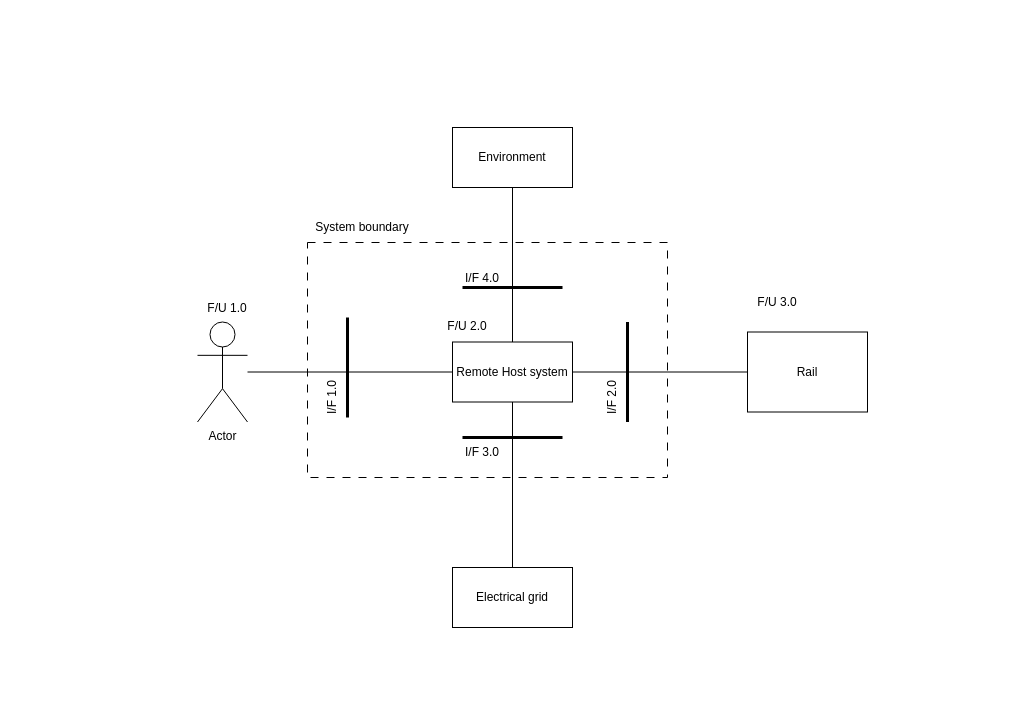
The draw.io diagram Sys_Architecture.drawio in 40496325/Design-2026, before the edit. Source tidied: cells renumbered, new cells numbered last; positions are measured from the earlier drawing's top-left corner, leaving out a move shared by most shapes. Both pictures are drawn from the tidied source at 100%, with x=0, y=0 at pixel (197, 127).
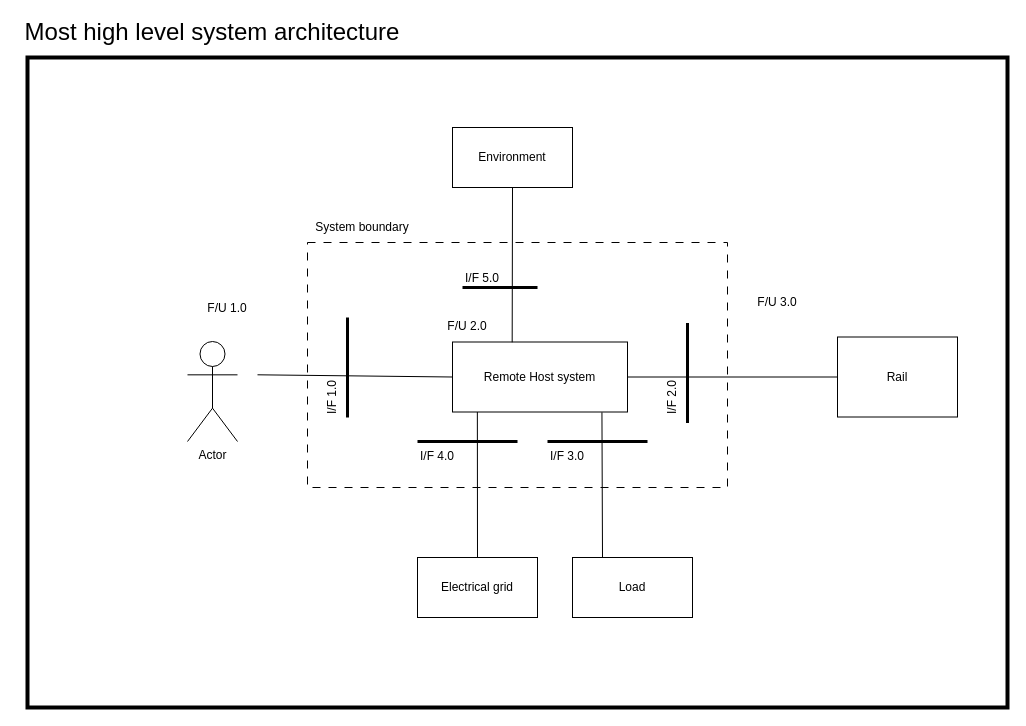
The same page after the edit.

Commit message (it also covers changes not shown here):
Update to System FFBD

Added high level system functional flow and added detail to 1 lower layer. Much more detail to be added to FFBD, so that architecture can be completed.

Unchanged cells that the change refers to:
```xml
<mxCell id="12" value="Environment" style="rounded=0;whiteSpace=wrap;html=1;" parent="1" vertex="1">
  <mxGeometry x="255" width="120" height="60" as="geometry" />
</mxCell>
```

The edit, as a diff of the source:
```diff
@@
+    <mxCell id="24" style="rounded=0;whiteSpace=wrap;html=1;fontFamily=Helvetica;fontSize=12;fontColor=default;labelBackgroundColor=default;fillColor=none;strokeWidth=4;" parent="1" vertex="1">
+      <mxGeometry x="-170" y="-70" width="980" height="650" as="geometry" />
+    </mxCell>
     <mxCell id="2" style="rounded=0;whiteSpace=wrap;html=1;dashed=1;dashPattern=8 8;" parent="1" vertex="1">
-      <mxGeometry x="110" y="115" width="360" height="235" as="geometry" />
+      <mxGeometry x="110" y="115" width="420" height="245" as="geometry" />
     </mxCell>
@@
     <mxCell id="4" value="Actor" style="shape=umlActor;verticalLabelPosition=bottom;verticalAlign=top;html=1;" parent="1" vertex="1">
-      <mxGeometry y="194.5" width="50" height="100" as="geometry" />
+      <mxGeometry x="-10" y="214" width="50" height="100" as="geometry" />
     </mxCell>
@@
     <mxCell id="6" value="Rail" style="rounded=0;whiteSpace=wrap;html=1;" parent="1" vertex="1">
-      <mxGeometry x="550" y="204.5" width="120" height="80" as="geometry" />
+      <mxGeometry x="640" y="209.5" width="120" height="80" as="geometry" />
     </mxCell>
@@
-    <mxCell id="10" style="edgeStyle=none;shape=connector;rounded=0;jettySize=auto;html=1;exitX=0.5;exitY=1;exitDx=0;exitDy=0;entryX=0.5;entryY=0;entryDx=0;entryDy=0;strokeColor=default;align=center;verticalAlign=middle;fontFamily=Helvetica;fontSize=12;fontColor=default;labelBackgroundColor=default;endArrow=none;endFill=0;" parent="1" edge="1" source="11" target="13">
+    <mxCell id="10" style="edgeStyle=none;shape=connector;rounded=0;jettySize=auto;html=1;exitX=0.142;exitY=0.911;exitDx=0;exitDy=0;entryX=0.5;entryY=0;entryDx=0;entryDy=0;strokeColor=default;align=center;verticalAlign=middle;fontFamily=Helvetica;fontSize=12;fontColor=default;labelBackgroundColor=default;endArrow=none;endFill=0;exitPerimeter=0;" parent="1" edge="1" source="11" target="13">
       <mxGeometry relative="1" as="geometry" />
     </mxCell>
     <mxCell id="11" value="Remote Host system" style="rounded=0;whiteSpace=wrap;html=1;" parent="1" vertex="1">
-      <mxGeometry x="255" y="214.5" width="120" height="60" as="geometry" />
+      <mxGeometry x="255" y="214.5" width="175" height="70" as="geometry" />
     </mxCell>
@@
     <mxCell id="13" value="Electrical grid" style="rounded=0;whiteSpace=wrap;html=1;" parent="1" vertex="1">
-      <mxGeometry x="255" y="440" width="120" height="60" as="geometry" />
+      <mxGeometry x="220" y="430" width="120" height="60" as="geometry" />
     </mxCell>
     <mxCell id="14" style="endArrow=none;html=1;rounded=0;fontFamily=Helvetica;fontSize=12;fontColor=default;exitX=0;exitY=0.5;exitDx=0;exitDy=0;" parent="1" edge="1" source="11">
       <mxGeometry relative="1" as="geometry">
-        <mxPoint x="50" y="244.5" as="targetPoint" />
+        <mxPoint x="60" y="247.3" as="targetPoint" />
       </mxGeometry>
     </mxCell>
-    <mxCell id="15" style="endArrow=none;html=1;rounded=0;fontFamily=Helvetica;fontSize=12;fontColor=default;entryX=0.5;entryY=1;entryDx=0;entryDy=0;exitX=0.5;exitY=0;exitDx=0;exitDy=0;" parent="1" edge="1" source="11" target="12">
+    <mxCell id="15" style="endArrow=none;html=1;rounded=0;fontFamily=Helvetica;fontSize=12;fontColor=default;entryX=0.5;entryY=1;entryDx=0;entryDy=0;exitX=0.341;exitY=0.004;exitDx=0;exitDy=0;exitPerimeter=0;" parent="1" edge="1" source="11" target="12">
       <mxGeometry relative="1" as="geometry" />
     </mxCell>
     <mxCell id="16" style="endArrow=none;html=1;rounded=0;strokeColor=default;align=center;verticalAlign=middle;fontFamily=Helvetica;fontSize=12;fontColor=default;labelBackgroundColor=default;strokeWidth=3;" parent="1" edge="1">
       <mxGeometry relative="1" as="geometry">
         <mxPoint x="265" y="160" as="sourcePoint" />
-        <mxPoint x="365" y="160" as="targetPoint" />
+        <mxPoint x="340" y="160" as="targetPoint" />
       </mxGeometry>
     </mxCell>
     <mxCell id="17" style="endArrow=none;html=1;rounded=0;strokeColor=default;align=center;verticalAlign=middle;fontFamily=Helvetica;fontSize=12;fontColor=default;labelBackgroundColor=default;strokeWidth=3;" parent="1" edge="1">
       <mxGeometry relative="1" as="geometry">
-        <mxPoint x="265" y="310" as="sourcePoint" />
-        <mxPoint x="365" y="310" as="targetPoint" />
+        <mxPoint x="220" y="314" as="sourcePoint" />
+        <mxPoint x="320" y="314" as="targetPoint" />
       </mxGeometry>
     </mxCell>
     <mxCell id="18" style="endArrow=none;html=1;rounded=0;strokeColor=default;align=center;verticalAlign=middle;fontFamily=Helvetica;fontSize=12;fontColor=default;labelBackgroundColor=default;strokeWidth=3;" parent="1" edge="1">
       <mxGeometry relative="1" as="geometry">
-        <mxPoint x="430" y="194.5" as="sourcePoint" />
-        <mxPoint x="430" y="294.5" as="targetPoint" />
+        <mxPoint x="490" y="195.5" as="sourcePoint" />
+        <mxPoint x="490" y="295.5" as="targetPoint" />
       </mxGeometry>
     </mxCell>
@@
-    <mxCell id="20" value="I/F 4.0" style="text;html=1;whiteSpace=wrap;strokeColor=none;fillColor=none;align=center;verticalAlign=middle;rounded=0;fontFamily=Helvetica;fontSize=12;fontColor=default;labelBackgroundColor=default;" parent="1" vertex="1">
+    <mxCell id="20" value="I/F 5.0" style="text;html=1;whiteSpace=wrap;strokeColor=none;fillColor=none;align=center;verticalAlign=middle;rounded=0;fontFamily=Helvetica;fontSize=12;fontColor=default;labelBackgroundColor=default;" parent="1" vertex="1">
       <mxGeometry x="255" y="136" width="60" height="30" as="geometry" />
     </mxCell>
-    <mxCell id="21" value="I/F 3.0" style="text;html=1;whiteSpace=wrap;strokeColor=none;fillColor=none;align=center;verticalAlign=middle;rounded=0;fontFamily=Helvetica;fontSize=12;fontColor=default;labelBackgroundColor=default;" parent="1" vertex="1">
-      <mxGeometry x="255" y="310" width="60" height="30" as="geometry" />
+    <mxCell id="21" value="I/F 4.0" style="text;html=1;whiteSpace=wrap;strokeColor=none;fillColor=none;align=center;verticalAlign=middle;rounded=0;fontFamily=Helvetica;fontSize=12;fontColor=default;labelBackgroundColor=default;" parent="1" vertex="1">
+      <mxGeometry x="210" y="314" width="60" height="30" as="geometry" />
     </mxCell>
     <mxCell id="22" value="I/F 2&lt;span style=&quot;background-color: light-dark(#ffffff, var(--ge-dark-color, #121212)); color: light-dark(rgb(0, 0, 0), rgb(255, 255, 255));&quot;&gt;.0&lt;/span&gt;" style="text;html=1;whiteSpace=wrap;strokeColor=none;fillColor=none;align=center;verticalAlign=middle;rounded=0;fontFamily=Helvetica;fontSize=12;fontColor=default;labelBackgroundColor=default;rotation=-90;" parent="1" vertex="1">
-      <mxGeometry x="385" y="255" width="60" height="30" as="geometry" />
+      <mxGeometry x="445" y="255" width="60" height="30" as="geometry" />
     </mxCell>
@@
+    <mxCell id="25" value="Most high level system architecture" style="text;html=1;whiteSpace=wrap;strokeColor=none;fillColor=none;align=center;verticalAlign=middle;rounded=0;fontFamily=Helvetica;fontSize=24;fontColor=default;labelBackgroundColor=default;" parent="1" vertex="1">
+      <mxGeometry x="-180" y="-110" width="390" height="30" as="geometry" />
+    </mxCell>
+    <mxCell id="26" value="Load" style="rounded=0;whiteSpace=wrap;html=1;fontFamily=Helvetica;fontSize=12;fontColor=default;labelBackgroundColor=default;" parent="1" vertex="1">
+      <mxGeometry x="375" y="430" width="120" height="60" as="geometry" />
+    </mxCell>
+    <mxCell id="27" style="edgeStyle=none;shape=connector;rounded=0;jettySize=auto;html=1;exitX=0.25;exitY=0;exitDx=0;exitDy=0;entryX=0.854;entryY=1.005;entryDx=0;entryDy=0;entryPerimeter=0;strokeColor=default;align=center;verticalAlign=middle;fontFamily=Helvetica;fontSize=12;fontColor=default;labelBackgroundColor=default;endArrow=none;endFill=0;" parent="1" edge="1" source="26" target="11">
+      <mxGeometry relative="1" as="geometry" />
+    </mxCell>
+    <mxCell id="28" style="endArrow=none;html=1;rounded=0;strokeColor=default;align=center;verticalAlign=middle;fontFamily=Helvetica;fontSize=12;fontColor=default;labelBackgroundColor=default;strokeWidth=3;" parent="1" edge="1">
+      <mxGeometry relative="1" as="geometry">
+        <mxPoint x="350" y="314" as="sourcePoint" />
+        <mxPoint x="450" y="314" as="targetPoint" />
+      </mxGeometry>
+    </mxCell>
+    <mxCell id="29" value="I/F 3&lt;span style=&quot;background-color: light-dark(#ffffff, var(--ge-dark-color, #121212)); color: light-dark(rgb(0, 0, 0), rgb(255, 255, 255));&quot;&gt;.0&lt;/span&gt;" style="text;html=1;whiteSpace=wrap;strokeColor=none;fillColor=none;align=center;verticalAlign=middle;rounded=0;fontFamily=Helvetica;fontSize=12;fontColor=default;labelBackgroundColor=default;" parent="1" vertex="1">
+      <mxGeometry x="340" y="314" width="60" height="30" as="geometry" />
+    </mxCell>
```
